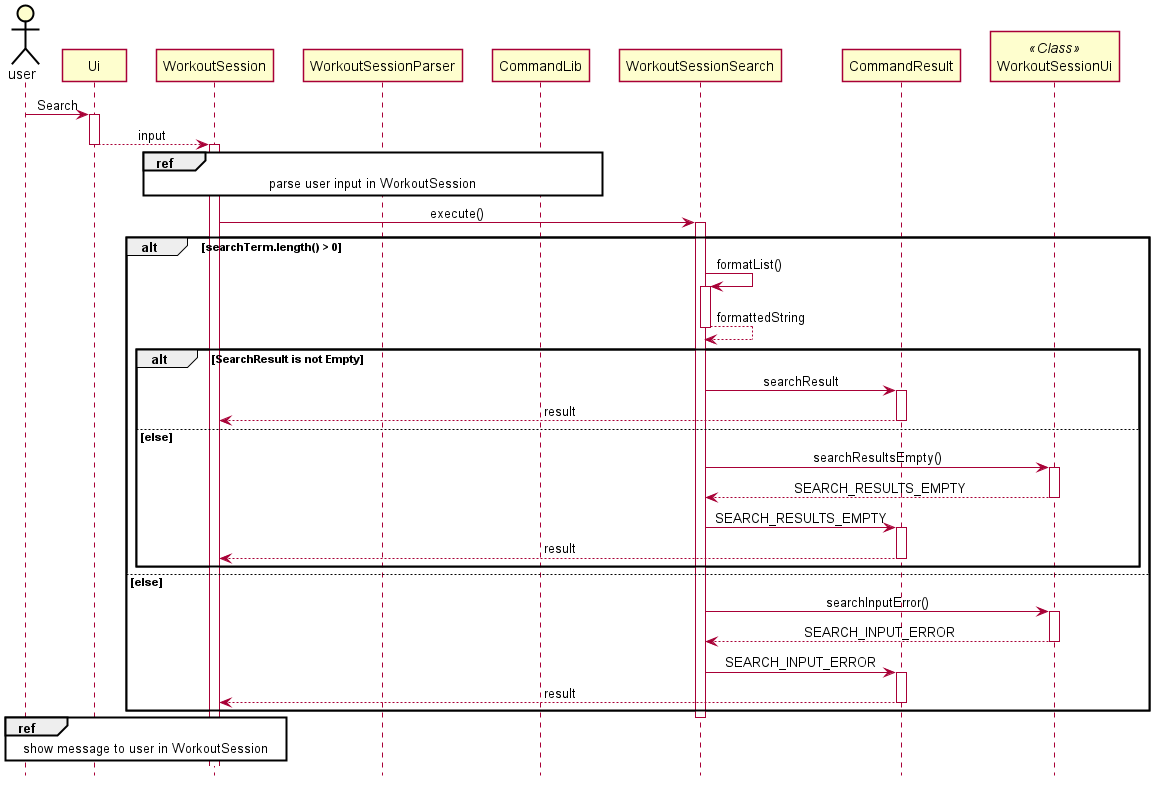
The PlantUML diagram docs/pictures/jinyang/WorkoutSessionSearch.png in zsk612/tp, before a commit.
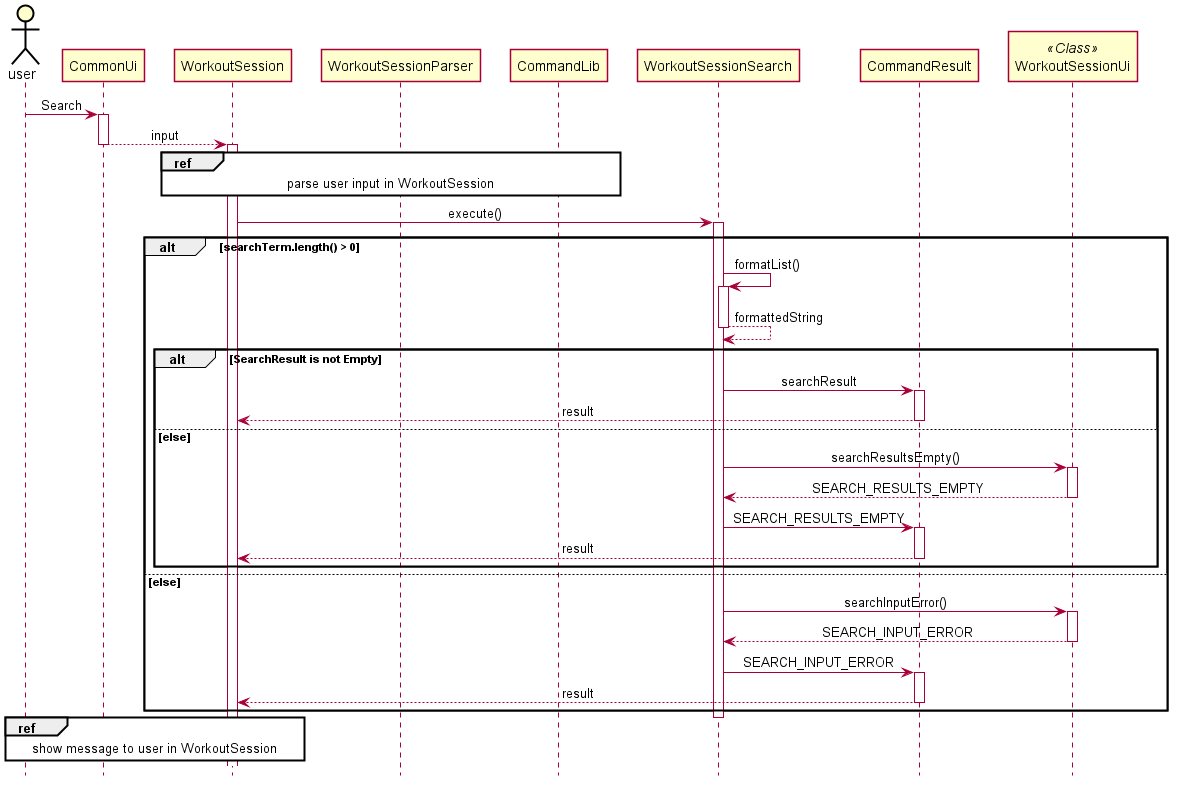
After the commit.

What changed in the source:
```diff
@@ -5,9 +5,9 @@
 
 
 skinparam Class {
-    FontColor #FFFFFF
+    FontColor #000000
     BorderThickness 1
-    BorderColor #FFFFFF
+    BorderColor #000000
     StereotypeFontColor #FFFFFF
     FontName Arial
 }
@@ -42,8 +42,8 @@
 hide circle
 
 actor user
-user -> Ui++ : Search
-Ui --> WorkoutSession -- : input
+user -> CommonUi++ : Search
+CommonUi --> WorkoutSession -- : input
 
 activate WorkoutSession
 
@@ -83,7 +83,7 @@
 
 deactivate WorkoutSessionSearch
 
-ref over WorkoutSession, Ui, user: show message to user in WorkoutSession
+ref over WorkoutSession, CommonUi, user: show message to user in WorkoutSession
 
 
 
```
